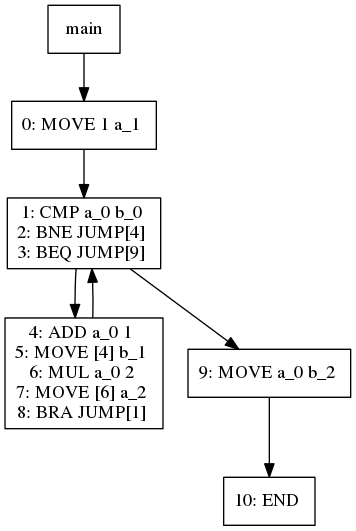
jiahanwang/PL241-Compiler keeps this Graphviz diagram as viz/test014.dot.png. Above is the earlier version. Its source is kept beside it as viz/test014.dot.
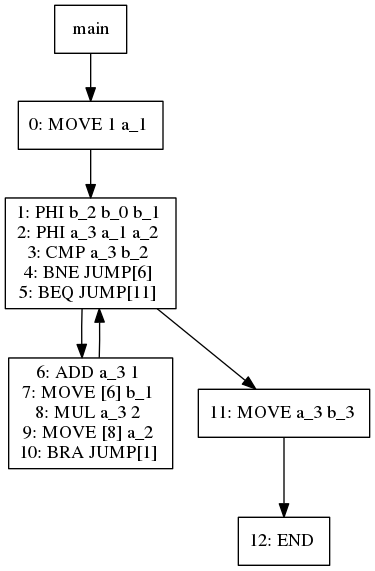
Later version of the same file.

Diff of the diagram source:
```diff
@@ -5,22 +5,24 @@
 3[label="0: MOVE 1 a_1
 "]
 3 -> 4
-4[label="1: CMP a_0 b_0
-2: BNE JUMP[4]
-3: BEQ JUMP[9]
+4[label="1: PHI b_2 b_0 b_1
+2: PHI a_3 a_1 a_2
+3: CMP a_3 b_2
+4: BNE JUMP[6]
+5: BEQ JUMP[11]
 "]
 4 -> 6
-6[label="4: ADD a_0 1
-5: MOVE [4] b_1
-6: MUL a_0 2
-7: MOVE [6] a_2
-8: BRA JUMP[1]
+6[label="6: ADD a_3 1
+7: MOVE [6] b_1
+8: MUL a_3 2
+9: MOVE [8] a_2
+10: BRA JUMP[1]
 "]
 6 -> 4
 4 -> 5
-5[label="9: MOVE a_0 b_2
+5[label="11: MOVE a_3 b_3
 "]
 5 -> 9
-9[label="10: END
+9[label="12: END
 "]
 }
```
